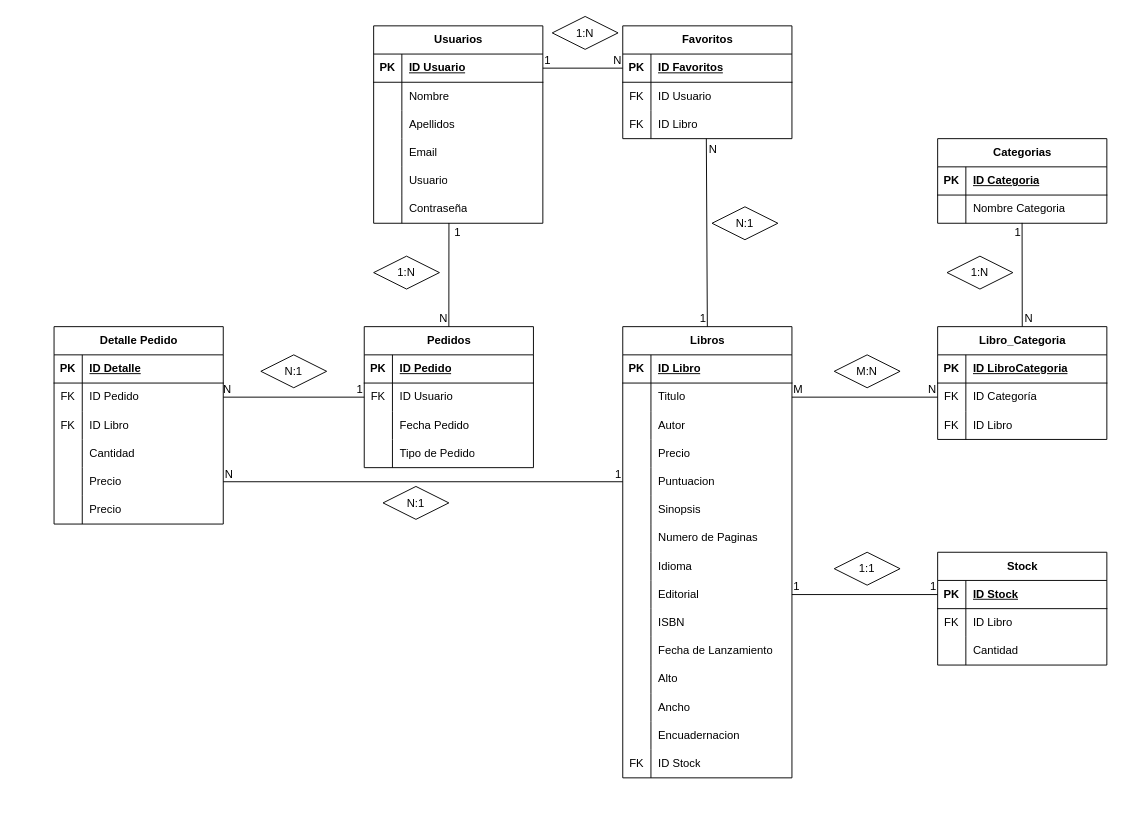
Earlier version of the draw.io diagram Diagrama Entidad Relacion Tienda.drawio (ManuelRBo/TiendaOnline). Source tidied: cells renumbered, new cells numbered last; positions are measured from the earlier drawing's top-left corner, leaving out a move shared by most shapes. Both pictures are drawn from the tidied source at 94%, with x=0, y=0 at pixel (54, 16).
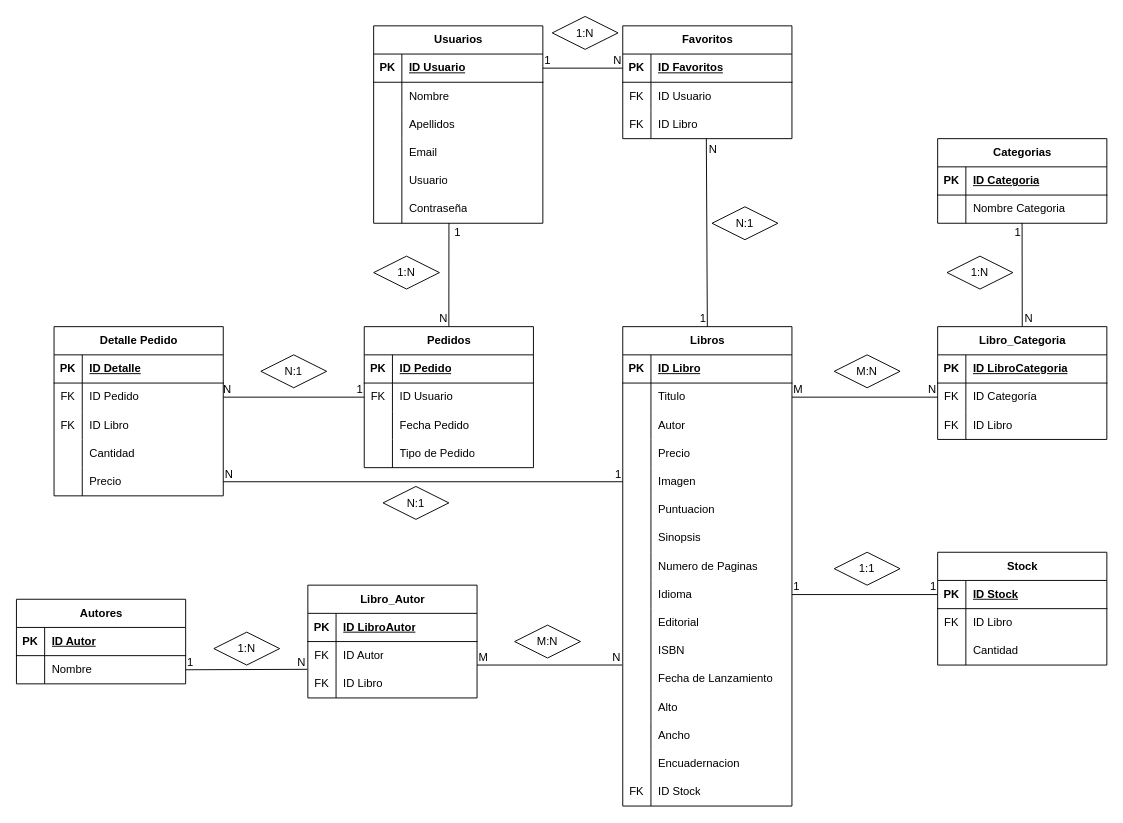
The same page after the edit.

Commit message:
Actualización de la función de búsqueda para incluir filtros de fecha y categoría.

The change refers to these unchanged cells:
```xml
<mxCell id="108" style="shape=tableRow;horizontal=0;startSize=0;swimlaneHead=0;swimlaneBody=0;fillColor=none;points=[[0,0.5],[1,0.5]];portConstraint=eastwest;top=0;left=0;right=0;bottom=1;" parent="107" vertex="1">
  <mxGeometry y="30" width="180" height="30" as="geometry" />
</mxCell>
<mxCell id="130" style="shape=tableRow;horizontal=0;startSize=0;swimlaneHead=0;swimlaneBody=0;fillColor=none;points=[[0,0.5],[1,0.5]];portConstraint=eastwest;top=0;left=0;right=0;bottom=0;" parent="117" vertex="1">
  <mxGeometry y="150" width="180" height="30" as="geometry" />
</mxCell>
```

Diff of the diagram source:
```diff
@@
     <mxCell id="21" value="Libros" style="shape=table;startSize=30;childLayout=tableLayout;rowLines=0;fontStyle=1;align=center;html=1;" parent="1" vertex="1">
-      <mxGeometry x="605" y="330" width="180" height="480" as="geometry" />
+      <mxGeometry x="605" y="330" width="180" height="510" as="geometry" />
     </mxCell>
@@
+    <mxCell id="168" style="shape=tableRow;horizontal=0;startSize=0;swimlaneHead=0;swimlaneBody=0;fillColor=none;points=[[0,0.5],[1,0.5]];portConstraint=eastwest;top=0;left=0;right=0;bottom=0;" parent="21" vertex="1">
+      <mxGeometry y="150" width="180" height="30" as="geometry" />
+    </mxCell>
+    <mxCell id="169" style="shape=partialRectangle;fillColor=none;top=0;left=0;bottom=0;right=0;overflow=hidden;whiteSpace=wrap;html=1;" parent="168" vertex="1">
+      <mxGeometry width="30" height="30" as="geometry" />
+    </mxCell>
+    <mxCell id="170" value="Imagen" style="shape=partialRectangle;fillColor=none;top=0;left=0;bottom=0;right=0;align=left;spacingLeft=6;overflow=hidden;whiteSpace=wrap;html=1;" parent="168" vertex="1">
+      <mxGeometry x="30" width="150" height="30" as="geometry" />
+    </mxCell>
     <mxCell id="34" style="shape=tableRow;horizontal=0;startSize=0;swimlaneHead=0;swimlaneBody=0;fillColor=none;points=[[0,0.5],[1,0.5]];portConstraint=eastwest;top=0;left=0;right=0;bottom=0;" parent="21" vertex="1">
-      <mxGeometry y="150" width="180" height="30" as="geometry" />
+      <mxGeometry y="180" width="180" height="30" as="geometry" />
     </mxCell>
@@
     <mxCell id="37" style="shape=tableRow;horizontal=0;startSize=0;swimlaneHead=0;swimlaneBody=0;fillColor=none;top=0;left=0;right=0;bottom=0;" parent="21" vertex="1">
-      <mxGeometry y="180" width="180" height="30" as="geometry" />
+      <mxGeometry y="210" width="180" height="30" as="geometry" />
     </mxCell>
@@
     <mxCell id="40" style="shape=tableRow;horizontal=0;startSize=0;swimlaneHead=0;swimlaneBody=0;fillColor=none;top=0;left=0;right=0;bottom=0;" parent="21" vertex="1">
-      <mxGeometry y="210" width="180" height="30" as="geometry" />
+      <mxGeometry y="240" width="180" height="30" as="geometry" />
     </mxCell>
@@
     <mxCell id="43" style="shape=tableRow;horizontal=0;startSize=0;swimlaneHead=0;swimlaneBody=0;fillColor=none;points=[[0,0.5],[1,0.5]];portConstraint=eastwest;top=0;left=0;right=0;bottom=0;" parent="21" vertex="1">
-      <mxGeometry y="240" width="180" height="30" as="geometry" />
+      <mxGeometry y="270" width="180" height="30" as="geometry" />
     </mxCell>
@@
     <mxCell id="46" style="shape=tableRow;horizontal=0;startSize=0;swimlaneHead=0;swimlaneBody=0;fillColor=none;points=[[0,0.5],[1,0.5]];portConstraint=eastwest;top=0;left=0;right=0;bottom=0;" parent="21" vertex="1">
-      <mxGeometry y="270" width="180" height="30" as="geometry" />
+      <mxGeometry y="300" width="180" height="30" as="geometry" />
     </mxCell>
@@
     <mxCell id="49" style="shape=tableRow;horizontal=0;startSize=0;swimlaneHead=0;swimlaneBody=0;fillColor=none;top=0;left=0;right=0;bottom=0;" parent="21" vertex="1">
-      <mxGeometry y="300" width="180" height="30" as="geometry" />
+      <mxGeometry y="330" width="180" height="30" as="geometry" />
     </mxCell>
@@
     <mxCell id="52" style="shape=tableRow;horizontal=0;startSize=0;swimlaneHead=0;swimlaneBody=0;fillColor=none;points=[[0,0.5],[1,0.5]];portConstraint=eastwest;top=0;left=0;right=0;bottom=0;" parent="21" vertex="1">
-      <mxGeometry y="330" width="180" height="30" as="geometry" />
+      <mxGeometry y="360" width="180" height="30" as="geometry" />
     </mxCell>
@@
     <mxCell id="55" style="shape=tableRow;horizontal=0;startSize=0;swimlaneHead=0;swimlaneBody=0;fillColor=none;top=0;left=0;right=0;bottom=0;" parent="21" vertex="1">
-      <mxGeometry y="360" width="180" height="30" as="geometry" />
+      <mxGeometry y="390" width="180" height="30" as="geometry" />
     </mxCell>
@@
     <mxCell id="58" style="shape=tableRow;horizontal=0;startSize=0;swimlaneHead=0;swimlaneBody=0;fillColor=none;top=0;left=0;right=0;bottom=0;" parent="21" vertex="1">
-      <mxGeometry y="390" width="180" height="30" as="geometry" />
+      <mxGeometry y="420" width="180" height="30" as="geometry" />
     </mxCell>
@@
     <mxCell id="61" style="shape=tableRow;horizontal=0;startSize=0;swimlaneHead=0;swimlaneBody=0;fillColor=none;top=0;left=0;right=0;bottom=0;" parent="21" vertex="1">
-      <mxGeometry y="420" width="180" height="30" as="geometry" />
+      <mxGeometry y="450" width="180" height="30" as="geometry" />
     </mxCell>
@@
     <mxCell id="64" style="shape=tableRow;horizontal=0;startSize=0;swimlaneHead=0;swimlaneBody=0;fillColor=none;top=0;left=0;right=0;bottom=0;" parent="21" vertex="1">
-      <mxGeometry y="450" width="180" height="30" as="geometry" />
+      <mxGeometry y="480" width="180" height="30" as="geometry" />
     </mxCell>
@@
     <mxCell id="117" value="Detalle Pedido" style="shape=table;startSize=30;childLayout=tableLayout;rowLines=0;fontStyle=1;align=center;html=1;" parent="1" vertex="1">
-      <mxGeometry y="330" width="180" height="210" as="geometry" />
+      <mxGeometry y="330" width="180" height="180" as="geometry" />
     </mxCell>
@@
-    <mxCell id="133" style="shape=tableRow;horizontal=0;startSize=0;swimlaneHead=0;swimlaneBody=0;fillColor=none;top=0;left=0;right=0;bottom=0;" parent="117" vertex="1">
-      <mxGeometry y="180" width="180" height="30" as="geometry" />
-    </mxCell>
-    <mxCell id="134" style="shape=partialRectangle;fillColor=none;top=0;left=0;bottom=0;right=0;overflow=hidden;whiteSpace=wrap;html=1;" parent="133" vertex="1">
-      <mxGeometry width="30" height="30" as="geometry" />
-    </mxCell>
-    <mxCell id="135" value="Precio" style="shape=partialRectangle;fillColor=none;top=0;left=0;bottom=0;right=0;align=left;spacingLeft=6;overflow=hidden;whiteSpace=wrap;html=1;" parent="133" vertex="1">
-      <mxGeometry x="30" width="150" height="30" as="geometry" />
-    </mxCell>
@@
-    <mxCell id="144" style="endArrow=none;html=1;rounded=0;exitX=1;exitY=0.5;exitDx=0;exitDy=0;entryX=0;entryY=0.5;entryDx=0;entryDy=0;" parent="1" edge="1" source="130" target="34">
+    <mxCell id="144" style="endArrow=none;html=1;rounded=0;exitX=1;exitY=0.5;exitDx=0;exitDy=0;entryX=0;entryY=0.5;entryDx=0;entryDy=0;" parent="1" edge="1" source="130" target="168">
       <mxGeometry relative="1" as="geometry" />
     </mxCell>
@@
-    <mxCell id="156" style="endArrow=none;html=1;rounded=0;entryX=0;entryY=0.5;entryDx=0;entryDy=0;exitX=1;exitY=0.5;exitDx=0;exitDy=0;" parent="1" edge="1" source="46" target="108">
+    <mxCell id="156" style="endArrow=none;html=1;rounded=0;entryX=0;entryY=0.5;entryDx=0;entryDy=0;exitX=1;exitY=0.5;exitDx=0;exitDy=0;" parent="1" edge="1" source="43" target="108">
       <mxGeometry relative="1" as="geometry" />
     </mxCell>
@@
+    <mxCell id="171" value="Autores" style="shape=table;startSize=30;childLayout=tableLayout;rowLines=0;fontStyle=1;align=center;html=1;" parent="1" vertex="1">
+      <mxGeometry x="-40" y="620" width="180" height="90" as="geometry" />
+    </mxCell>
+    <mxCell id="172" style="shape=tableRow;horizontal=0;startSize=0;swimlaneHead=0;swimlaneBody=0;fillColor=none;top=0;left=0;right=0;bottom=1;" parent="171" vertex="1">
+      <mxGeometry y="30" width="180" height="30" as="geometry" />
+    </mxCell>
+    <mxCell id="173" value="PK" style="shape=partialRectangle;fillColor=none;top=0;left=0;bottom=0;right=0;fontStyle=1;overflow=hidden;whiteSpace=wrap;html=1;" parent="172" vertex="1">
+      <mxGeometry width="30" height="30" as="geometry" />
+    </mxCell>
+    <mxCell id="174" value="ID Autor" style="shape=partialRectangle;fillColor=none;top=0;left=0;bottom=0;right=0;align=left;spacingLeft=6;fontStyle=5;overflow=hidden;whiteSpace=wrap;html=1;" parent="172" vertex="1">
+      <mxGeometry x="30" width="150" height="30" as="geometry" />
+    </mxCell>
+    <mxCell id="175" style="shape=tableRow;horizontal=0;startSize=0;swimlaneHead=0;swimlaneBody=0;fillColor=none;points=[[0,0.5],[1,0.5]];portConstraint=eastwest;top=0;left=0;right=0;bottom=0;" parent="171" vertex="1">
+      <mxGeometry y="60" width="180" height="30" as="geometry" />
+    </mxCell>
+    <mxCell id="176" style="shape=partialRectangle;fillColor=none;top=0;left=0;bottom=0;right=0;overflow=hidden;whiteSpace=wrap;html=1;" parent="175" vertex="1">
+      <mxGeometry width="30" height="30" as="geometry" />
+    </mxCell>
+    <mxCell id="177" value="Nombre" style="shape=partialRectangle;fillColor=none;top=0;left=0;bottom=0;right=0;align=left;spacingLeft=6;overflow=hidden;whiteSpace=wrap;html=1;" parent="175" vertex="1">
+      <mxGeometry x="30" width="150" height="30" as="geometry" />
+    </mxCell>
+    <mxCell id="178" value="Libro_Autor" style="shape=table;startSize=30;childLayout=tableLayout;rowLines=0;fontStyle=1;align=center;html=1;" parent="1" vertex="1">
+      <mxGeometry x="270" y="605" width="180" height="120" as="geometry" />
+    </mxCell>
+    <mxCell id="179" style="shape=tableRow;horizontal=0;startSize=0;swimlaneHead=0;swimlaneBody=0;fillColor=none;top=0;left=0;right=0;bottom=1;" parent="178" vertex="1">
+      <mxGeometry y="30" width="180" height="30" as="geometry" />
+    </mxCell>
+    <mxCell id="180" value="PK" style="shape=partialRectangle;fillColor=none;top=0;left=0;bottom=0;right=0;fontStyle=1;overflow=hidden;whiteSpace=wrap;html=1;" parent="179" vertex="1">
+      <mxGeometry width="30" height="30" as="geometry" />
+    </mxCell>
+    <mxCell id="181" value="ID LibroAutor" style="shape=partialRectangle;fillColor=none;top=0;left=0;bottom=0;right=0;align=left;spacingLeft=6;fontStyle=5;overflow=hidden;whiteSpace=wrap;html=1;" parent="179" vertex="1">
+      <mxGeometry x="30" width="150" height="30" as="geometry" />
+    </mxCell>
+    <mxCell id="182" style="shape=tableRow;horizontal=0;startSize=0;swimlaneHead=0;swimlaneBody=0;fillColor=none;top=0;left=0;right=0;bottom=0;" parent="178" vertex="1">
+      <mxGeometry y="60" width="180" height="30" as="geometry" />
+    </mxCell>
+    <mxCell id="183" value="FK" style="shape=partialRectangle;fillColor=none;top=0;left=0;bottom=0;right=0;overflow=hidden;whiteSpace=wrap;html=1;" parent="182" vertex="1">
+      <mxGeometry width="30" height="30" as="geometry" />
+    </mxCell>
+    <mxCell id="184" value="ID Autor" style="shape=partialRectangle;fillColor=none;top=0;left=0;bottom=0;right=0;align=left;spacingLeft=6;overflow=hidden;whiteSpace=wrap;html=1;" parent="182" vertex="1">
+      <mxGeometry x="30" width="150" height="30" as="geometry" />
+    </mxCell>
+    <mxCell id="185" style="shape=tableRow;horizontal=0;startSize=0;swimlaneHead=0;swimlaneBody=0;fillColor=none;points=[[0,0.5],[1,0.5]];portConstraint=eastwest;top=0;left=0;right=0;bottom=0;" parent="178" vertex="1">
+      <mxGeometry y="90" width="180" height="30" as="geometry" />
+    </mxCell>
+    <mxCell id="186" value="FK" style="shape=partialRectangle;fillColor=none;top=0;left=0;bottom=0;right=0;overflow=hidden;whiteSpace=wrap;html=1;" parent="185" vertex="1">
+      <mxGeometry width="30" height="30" as="geometry" />
+    </mxCell>
+    <mxCell id="187" value="ID Libro" style="shape=partialRectangle;fillColor=none;top=0;left=0;bottom=0;right=0;align=left;spacingLeft=6;overflow=hidden;whiteSpace=wrap;html=1;" parent="185" vertex="1">
+      <mxGeometry x="30" width="150" height="30" as="geometry" />
+    </mxCell>
+    <mxCell id="188" style="endArrow=none;html=1;rounded=0;entryX=-0.003;entryY=-0.001;entryDx=0;entryDy=0;entryPerimeter=0;" parent="1" edge="1" target="52">
+      <mxGeometry relative="1" as="geometry">
+        <mxPoint x="450" y="690" as="sourcePoint" />
+      </mxGeometry>
+    </mxCell>
+    <mxCell id="189" value="M" style="html=1;whiteSpace=wrap;align=left;verticalAlign=bottom;" parent="188" vertex="1">
+      <mxGeometry x="-1" relative="1" as="geometry" />
+    </mxCell>
+    <mxCell id="190" value="N" style="html=1;whiteSpace=wrap;align=right;verticalAlign=bottom;" parent="188" vertex="1">
+      <mxGeometry x="1" relative="1" as="geometry" />
+    </mxCell>
+    <mxCell id="191" value="M:N" style="shape=rhombus;perimeter=rhombusPerimeter;whiteSpace=wrap;html=1;align=center;" parent="1" vertex="1">
+      <mxGeometry x="490" y="647.5" width="70" height="35" as="geometry" />
+    </mxCell>
+    <mxCell id="192" style="endArrow=none;html=1;rounded=0;exitX=1;exitY=0.5;exitDx=0;exitDy=0;entryX=-0.003;entryY=-0.015;entryDx=0;entryDy=0;entryPerimeter=0;" parent="1" edge="1" source="175" target="185">
+      <mxGeometry relative="1" as="geometry" />
+    </mxCell>
+    <mxCell id="193" value="1" style="html=1;whiteSpace=wrap;align=left;verticalAlign=bottom;" parent="192" vertex="1">
+      <mxGeometry x="-1" relative="1" as="geometry" />
+    </mxCell>
+    <mxCell id="194" value="N" style="html=1;whiteSpace=wrap;align=right;verticalAlign=bottom;" parent="192" vertex="1">
+      <mxGeometry x="1" relative="1" as="geometry" />
+    </mxCell>
+    <mxCell id="195" value="1:N" style="shape=rhombus;perimeter=rhombusPerimeter;whiteSpace=wrap;html=1;align=center;" parent="1" vertex="1">
+      <mxGeometry x="170" y="655" width="70" height="35" as="geometry" />
+    </mxCell>
```
